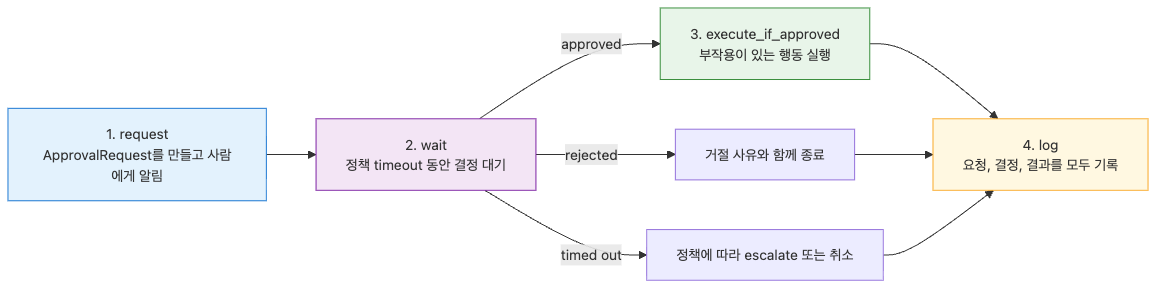
yeongseon-books/book-content keeps this Mermaid diagram as assets/harness-engineering-101/08/08-03-designing-the-approval-workflow.ko.png. Above is the earlier version. Its source is kept beside it as assets/harness-engineering-101/08/08-03-designing-the-approval-workflow.ko.mmd. Its diagram source:
```mermaid
flowchart LR
    요청["1. request\nApprovalRequest를 만들고 사람에게 알림"] --> 대기["2. wait\n정책 timeout 동안 결정 대기"]
    대기 -->|approved| 실행["3. execute_if_approved\n부작용이 있는 행동 실행"]
    대기 -->|rejected| 거절["거절 사유와 함께 종료"]
    대기 -->|timed out| 타임아웃["정책에 따라 escalate 또는 취소"]
    실행 --> 로그["4. log\n요청, 결정, 결과를 모두 기록"]
    거절 --> 로그
    타임아웃 --> 로그

    style 요청 fill:#e3f2fd,stroke:#1976d2
    style 대기 fill:#f3e5f5,stroke:#7b1fa2
    style 실행 fill:#e8f5e9,stroke:#388e3c
    style 로그 fill:#fff8e1,stroke:#f9a825
```
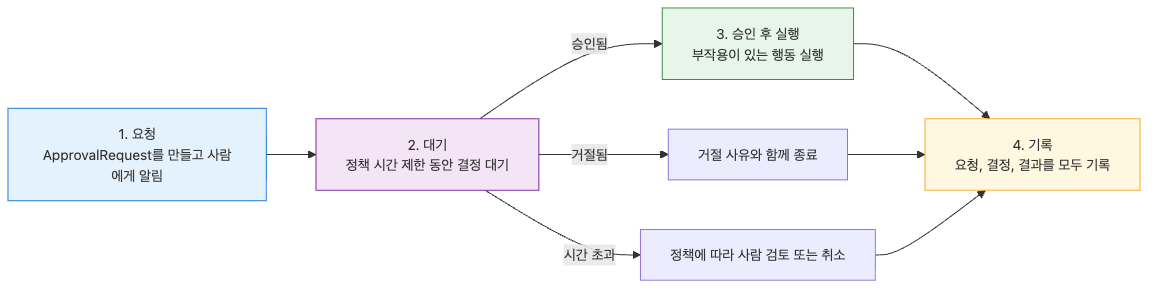
After the change.

Change to the diagram source:
```diff
@@ -1,9 +1,9 @@
 flowchart LR
-    요청["1. request\nApprovalRequest를 만들고 사람에게 알림"] --> 대기["2. wait\n정책 timeout 동안 결정 대기"]
-    대기 -->|approved| 실행["3. execute_if_approved\n부작용이 있는 행동 실행"]
-    대기 -->|rejected| 거절["거절 사유와 함께 종료"]
-    대기 -->|timed out| 타임아웃["정책에 따라 escalate 또는 취소"]
-    실행 --> 로그["4. log\n요청, 결정, 결과를 모두 기록"]
+    요청["1. 요청\nApprovalRequest를 만들고 사람에게 알림"] --> 대기["2. 대기\n정책 시간 제한 동안 결정 대기"]
+    대기 -->|승인됨| 실행["3. 승인 후 실행\n부작용이 있는 행동 실행"]
+    대기 -->|거절됨| 거절["거절 사유와 함께 종료"]
+    대기 -->|시간 초과| 타임아웃["정책에 따라 사람 검토 또는 취소"]
+    실행 --> 로그["4. 기록\n요청, 결정, 결과를 모두 기록"]
     거절 --> 로그
     타임아웃 --> 로그
 
```
